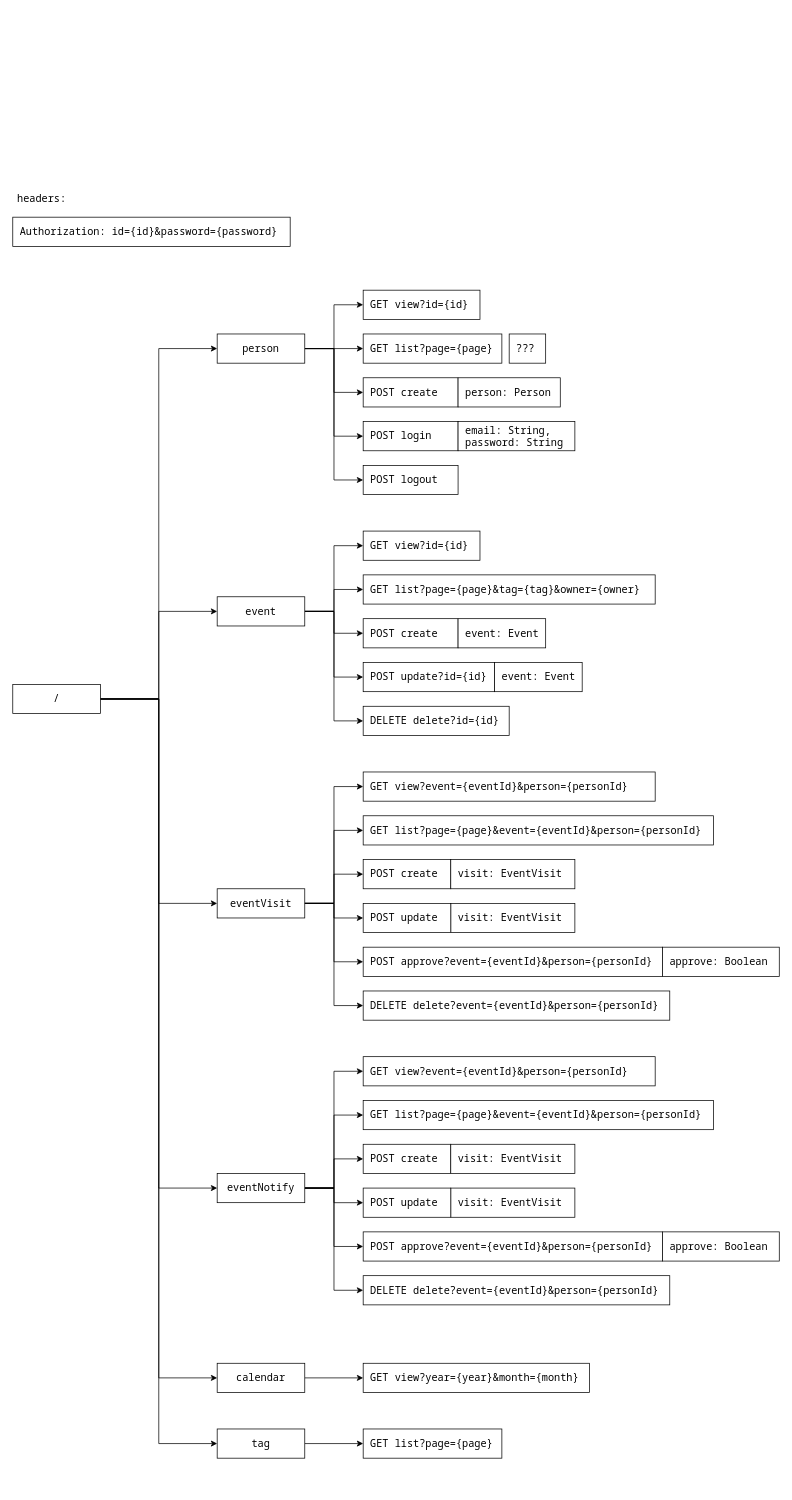
dmitriynaumov1024/practice-events keeps this draw.io diagram as science/2023-11-29-webapi.drawio. Above is the earlier version. Source tidied: cells renumbered, new cells numbered last; positions are measured from the earlier drawing's top-left corner, leaving out a move shared by most shapes. Both pictures are drawn from the tidied source at 73%, with x=0, y=0 at pixel (12, 188).
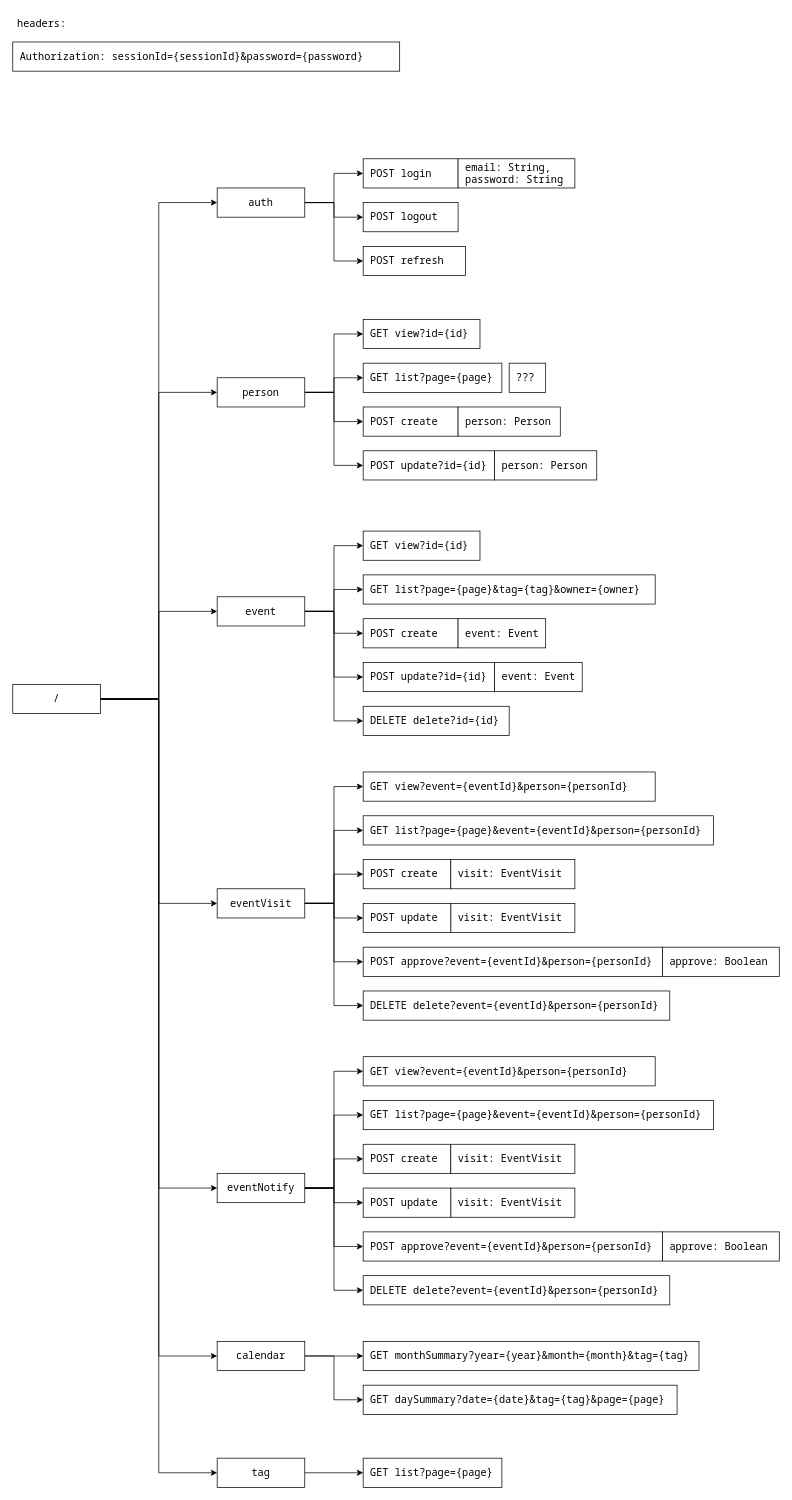
The same diagram, later.

Commit message (it also covers changes not shown here):
science: + services description, + auth description, minor fixes of datamodel

The change refers to these unchanged cells:
```xml
<mxCell id="8" value="/" style="rounded=0;whiteSpace=wrap;html=1;fontFamily=Noto Sans Mono;fontSize=14;" parent="1" vertex="1">
  <mxGeometry y="680" width="120" height="40" as="geometry" />
</mxCell>
```

What changed in the source:
```diff
@@
+    <mxCell id="76" style="edgeStyle=orthogonalEdgeStyle;rounded=0;jettySize=auto;html=1;exitX=1;exitY=0.5;exitDx=0;exitDy=0;entryX=0;entryY=0.5;entryDx=0;entryDy=0;" parent="1" edge="1" source="8" target="84">
+      <mxGeometry relative="1" as="geometry" />
+    </mxCell>
@@
-    <mxCell id="18" style="edgeStyle=orthogonalEdgeStyle;rounded=0;jettySize=auto;html=1;exitX=1;exitY=0.5;exitDx=0;exitDy=0;entryX=0;entryY=0.5;entryDx=0;entryDy=0;" parent="1" edge="1" source="20" target="29">
-      <mxGeometry relative="1" as="geometry" />
-    </mxCell>
-    <mxCell id="19" style="edgeStyle=orthogonalEdgeStyle;rounded=0;jettySize=auto;html=1;exitX=1;exitY=0.5;exitDx=0;exitDy=0;entryX=0;entryY=0.5;entryDx=0;entryDy=0;" parent="1" edge="1" source="20" target="30">
-      <mxGeometry relative="1" as="geometry" />
-    </mxCell>
+    <mxCell id="77" style="edgeStyle=orthogonalEdgeStyle;rounded=0;jettySize=auto;html=1;exitX=1;exitY=0.5;exitDx=0;exitDy=0;entryX=0;entryY=0.5;entryDx=0;entryDy=0;" parent="1" edge="1" source="20" target="79">
+      <mxGeometry relative="1" as="geometry" />
+    </mxCell>
     <mxCell id="20" value="person" style="rounded=0;whiteSpace=wrap;html=1;fontFamily=Noto Sans Mono;fontSize=14;" parent="1" vertex="1">
-      <mxGeometry x="280" y="200" width="120" height="40" as="geometry" />
+      <mxGeometry x="280" y="260" width="120" height="40" as="geometry" />
     </mxCell>
     <mxCell id="21" value="GET view?id={id}" style="rounded=0;whiteSpace=wrap;html=1;fontFamily=Noto Sans Mono;fontSize=14;align=left;spacingLeft=8;" parent="1" vertex="1">
-      <mxGeometry x="480" y="140" width="160" height="40" as="geometry" />
+      <mxGeometry x="480" y="180" width="160" height="40" as="geometry" />
     </mxCell>
     <mxCell id="22" value="POST create" style="rounded=0;whiteSpace=wrap;html=1;fontFamily=Noto Sans Mono;fontSize=14;align=left;spacingLeft=8;" parent="1" vertex="1">
-      <mxGeometry x="480" y="260" width="130" height="40" as="geometry" />
+      <mxGeometry x="480" y="300" width="130" height="40" as="geometry" />
     </mxCell>
     <mxCell id="23" value="GET list?page={page}" style="rounded=0;whiteSpace=wrap;html=1;fontFamily=Noto Sans Mono;fontSize=14;align=left;spacingLeft=8;" parent="1" vertex="1">
-      <mxGeometry x="480" y="200" width="190" height="40" as="geometry" />
+      <mxGeometry x="480" y="240" width="190" height="40" as="geometry" />
     </mxCell>
@@
-    <mxCell id="29" value="POST login" style="rounded=0;whiteSpace=wrap;html=1;fontFamily=Noto Sans Mono;fontSize=14;align=left;spacingLeft=8;" parent="1" vertex="1">
-      <mxGeometry x="480" y="320" width="130" height="40" as="geometry" />
-    </mxCell>
-    <mxCell id="30" value="POST logout" style="rounded=0;whiteSpace=wrap;html=1;fontFamily=Noto Sans Mono;fontSize=14;align=left;spacingLeft=8;" parent="1" vertex="1">
-      <mxGeometry x="480" y="380" width="130" height="40" as="geometry" />
-    </mxCell>
     <mxCell id="31" value="???" style="rounded=0;whiteSpace=wrap;html=1;fontFamily=Noto Sans Mono;fontSize=14;align=left;spacingLeft=8;" parent="1" vertex="1">
-      <mxGeometry x="680" y="200" width="50" height="40" as="geometry" />
+      <mxGeometry x="680" y="240" width="50" height="40" as="geometry" />
     </mxCell>
     <mxCell id="32" value="person: Person" style="rounded=0;whiteSpace=wrap;html=1;fontFamily=Noto Sans Mono;fontSize=14;align=left;spacingLeft=8;" parent="1" vertex="1">
-      <mxGeometry x="610" y="260" width="140" height="40" as="geometry" />
+      <mxGeometry x="610" y="300" width="140" height="40" as="geometry" />
     </mxCell>
@@
-    <mxCell id="34" value="email: String,&lt;br&gt;password: String" style="rounded=0;whiteSpace=wrap;html=1;fontFamily=Noto Sans Mono;fontSize=14;align=left;spacingLeft=8;" parent="1" vertex="1">
-      <mxGeometry x="610" y="320" width="160" height="40" as="geometry" />
-    </mxCell>
-    <mxCell id="35" value="Authorization: id={id}&amp;amp;password={password}" style="rounded=0;whiteSpace=wrap;html=1;fontFamily=Noto Sans Mono;fontSize=14;align=left;spacingLeft=8;" parent="1" vertex="1">
-      <mxGeometry y="40" width="380" height="40" as="geometry" />
+    <mxCell id="35" value="Authorization: sessionId={sessionId}&amp;amp;password={password}" style="rounded=0;whiteSpace=wrap;html=1;fontFamily=Noto Sans Mono;fontSize=14;align=left;spacingLeft=8;" parent="1" vertex="1">
+      <mxGeometry y="-200" width="530" height="40" as="geometry" />
     </mxCell>
     <mxCell id="36" value="headers:" style="text;html=1;strokeColor=none;fillColor=none;align=center;verticalAlign=middle;whiteSpace=wrap;rounded=0;fontFamily=Noto Sans Mono;fontSize=14;" parent="1" vertex="1">
-      <mxGeometry width="80" height="30" as="geometry" />
+      <mxGeometry y="-240" width="80" height="30" as="geometry" />
     </mxCell>
@@
+    <mxCell id="78" style="edgeStyle=orthogonalEdgeStyle;rounded=0;jettySize=auto;html=1;exitX=1;exitY=0.5;exitDx=0;exitDy=0;entryX=0;entryY=0.5;entryDx=0;entryDy=0;" parent="1" edge="1" source="71" target="86">
+      <mxGeometry relative="1" as="geometry" />
+    </mxCell>
     <mxCell id="71" value="calendar" style="rounded=0;whiteSpace=wrap;html=1;fontFamily=Noto Sans Mono;fontSize=14;" parent="1" vertex="1">
-      <mxGeometry x="280" y="1610" width="120" height="40" as="geometry" />
+      <mxGeometry x="280" y="1580" width="120" height="40" as="geometry" />
     </mxCell>
-    <mxCell id="72" value="GET view?year={year}&amp;amp;month={month}" style="rounded=0;whiteSpace=wrap;html=1;fontFamily=Noto Sans Mono;fontSize=14;align=left;spacingLeft=8;" parent="1" vertex="1">
-      <mxGeometry x="480" y="1610" width="310" height="40" as="geometry" />
+    <mxCell id="72" value="GET monthSummary?year={year}&amp;amp;month={month}&amp;amp;tag={tag}" style="rounded=0;whiteSpace=wrap;html=1;fontFamily=Noto Sans Mono;fontSize=14;align=left;spacingLeft=8;" parent="1" vertex="1">
+      <mxGeometry x="480" y="1580" width="460" height="40" as="geometry" />
     </mxCell>
@@
     <mxCell id="74" value="tag" style="rounded=0;whiteSpace=wrap;html=1;fontFamily=Noto Sans Mono;fontSize=14;" parent="1" vertex="1">
-      <mxGeometry x="280" y="1700" width="120" height="40" as="geometry" />
+      <mxGeometry x="280" y="1740" width="120" height="40" as="geometry" />
     </mxCell>
     <mxCell id="75" value="GET list?page={page}" style="rounded=0;whiteSpace=wrap;html=1;fontFamily=Noto Sans Mono;fontSize=14;align=left;spacingLeft=8;" parent="1" vertex="1">
-      <mxGeometry x="480" y="1700" width="190" height="40" as="geometry" />
+      <mxGeometry x="480" y="1740" width="190" height="40" as="geometry" />
     </mxCell>
+    <mxCell id="79" value="POST update?id={id}" style="rounded=0;whiteSpace=wrap;html=1;fontFamily=Noto Sans Mono;fontSize=14;align=left;spacingLeft=8;" parent="1" vertex="1">
+      <mxGeometry x="480" y="360" width="180" height="40" as="geometry" />
+    </mxCell>
+    <mxCell id="80" value="person: Person" style="rounded=0;whiteSpace=wrap;html=1;fontFamily=Noto Sans Mono;fontSize=14;align=left;spacingLeft=8;" parent="1" vertex="1">
+      <mxGeometry x="660" y="360" width="140" height="40" as="geometry" />
+    </mxCell>
+    <mxCell id="81" style="edgeStyle=orthogonalEdgeStyle;rounded=0;jettySize=auto;html=1;exitX=1;exitY=0.5;exitDx=0;exitDy=0;entryX=0;entryY=0.5;entryDx=0;entryDy=0;" parent="1" edge="1" source="84" target="85">
+      <mxGeometry relative="1" as="geometry" />
+    </mxCell>
+    <mxCell id="82" style="edgeStyle=orthogonalEdgeStyle;rounded=0;jettySize=auto;html=1;exitX=1;exitY=0.5;exitDx=0;exitDy=0;entryX=0;entryY=0.5;entryDx=0;entryDy=0;" parent="1" edge="1" source="84" target="29">
+      <mxGeometry relative="1" as="geometry" />
+    </mxCell>
+    <mxCell id="83" style="edgeStyle=orthogonalEdgeStyle;rounded=0;jettySize=auto;html=1;exitX=1;exitY=0.5;exitDx=0;exitDy=0;entryX=0;entryY=0.5;entryDx=0;entryDy=0;" parent="1" edge="1" source="84" target="30">
+      <mxGeometry relative="1" as="geometry" />
+    </mxCell>
+    <mxCell id="84" value="auth" style="rounded=0;whiteSpace=wrap;html=1;fontFamily=Noto Sans Mono;fontSize=14;" parent="1" vertex="1">
+      <mxGeometry x="280" width="120" height="40" as="geometry" />
+    </mxCell>
+    <mxCell id="85" value="POST refresh" style="rounded=0;whiteSpace=wrap;html=1;fontFamily=Noto Sans Mono;fontSize=14;align=left;spacingLeft=8;" parent="1" vertex="1">
+      <mxGeometry x="480" y="80" width="140" height="40" as="geometry" />
+    </mxCell>
+    <mxCell id="29" value="POST login" style="rounded=0;whiteSpace=wrap;html=1;fontFamily=Noto Sans Mono;fontSize=14;align=left;spacingLeft=8;" parent="1" vertex="1">
+      <mxGeometry x="480" y="-40" width="130" height="40" as="geometry" />
+    </mxCell>
+    <mxCell id="30" value="POST logout" style="rounded=0;whiteSpace=wrap;html=1;fontFamily=Noto Sans Mono;fontSize=14;align=left;spacingLeft=8;" parent="1" vertex="1">
+      <mxGeometry x="480" y="20" width="130" height="40" as="geometry" />
+    </mxCell>
+    <mxCell id="34" value="email: String,&lt;br&gt;password: String" style="rounded=0;whiteSpace=wrap;html=1;fontFamily=Noto Sans Mono;fontSize=14;align=left;spacingLeft=8;" parent="1" vertex="1">
+      <mxGeometry x="610" y="-40" width="160" height="40" as="geometry" />
+    </mxCell>
+    <mxCell id="86" value="GET daySummary?date={date}&amp;amp;tag={tag}&amp;amp;page={page}" style="rounded=0;whiteSpace=wrap;html=1;fontFamily=Noto Sans Mono;fontSize=14;align=left;spacingLeft=8;" parent="1" vertex="1">
+      <mxGeometry x="480" y="1640" width="430" height="40" as="geometry" />
+    </mxCell>
```
